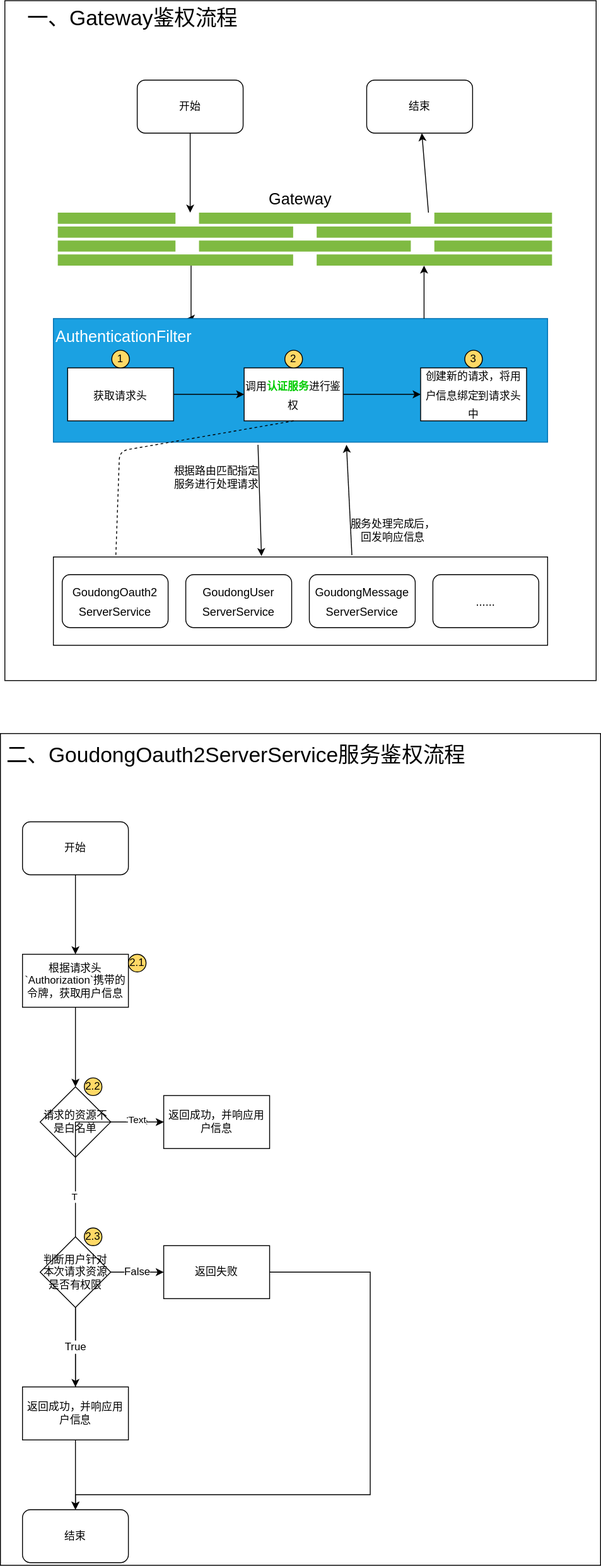
Earlier version of the draw.io export goudong-gateway-server/README.assets/网关统一鉴权，子服务获取用户.svg (GitHubFeiLong/goudong-java). Source tidied: cells renumbered, new cells last; positions are measured from the earlier drawing's top-left corner, leaving out a move shared by most shapes.
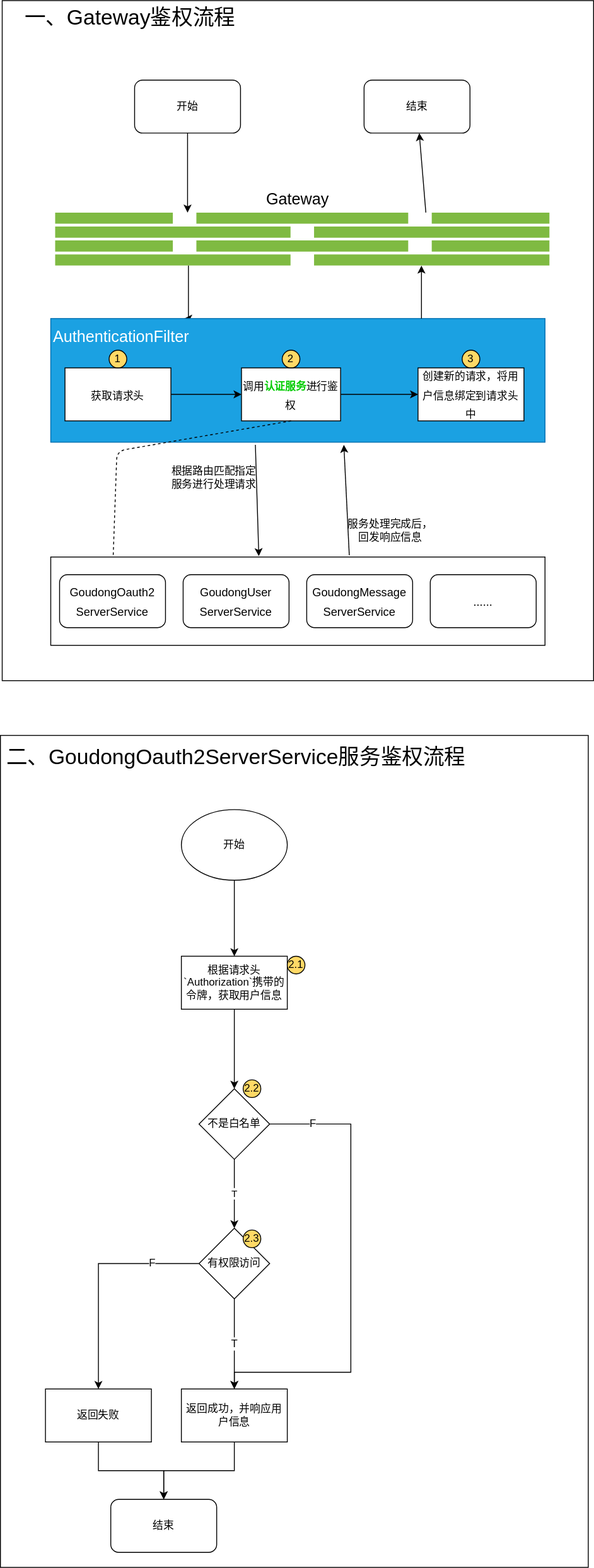
After the change.

What changed in the source:
```diff
@@ -3,7 +3,7 @@
     <mxCell id="0" />
     <mxCell id="1" parent="0" />
     <mxCell id="2" style="rounded=0;whiteSpace=wrap;html=1;fontSize=12;align=center;" parent="1" vertex="1">
-      <mxGeometry y="830" width="680" height="942" as="geometry" />
+      <mxGeometry x="3" y="832" width="666" height="942" as="geometry" />
     </mxCell>
     <mxCell id="3" style="rounded=0;whiteSpace=wrap;html=1;fontSize=12;align=center;" parent="1" vertex="1">
       <mxGeometry x="5" width="670" height="770" as="geometry" />
@@ -124,61 +124,55 @@
       <mxGeometry relative="1" as="geometry" />
     </mxCell>
     <mxCell id="36" value="根据请求头`Authorization`携带的令牌，获取用户信息" style="whiteSpace=wrap;html=1;fillColor=#FFFFFF;" parent="1" vertex="1">
-      <mxGeometry x="25" y="1080" width="120" height="60" as="geometry" />
+      <mxGeometry x="208" y="1082" width="120" height="60" as="geometry" />
     </mxCell>
-    <mxCell id="37" value="True" style="edgeStyle=orthogonalEdgeStyle;rounded=0;jettySize=auto;html=1;fontSize=12;" parent="1" edge="1" source="38" target="42">
-      <mxGeometry relative="1" as="geometry" />
+    <mxCell id="37" value="F" style="edgeStyle=orthogonalEdgeStyle;rounded=0;jettySize=auto;html=1;fontSize=12;entryX=0.5;entryY=0;entryDx=0;entryDy=0;" parent="1" edge="1" source="38" target="46">
+      <mxGeometry x="-0.81" relative="1" as="geometry">
+        <Array as="points">
+          <mxPoint x="400" y="1272" />
+          <mxPoint x="400" y="1553" />
+          <mxPoint x="268" y="1553" />
+        </Array>
+      </mxGeometry>
     </mxCell>
+    <mxCell id="40" value="T" style="edgeStyle=orthogonalEdgeStyle;rounded=0;jettySize=auto;html=1;" parent="1" edge="1" source="38" target="45">
+      <mxGeometry relative="1" as="geometry" />
+    </mxCell>
-    <mxCell id="38" value="请求的资源不是白名单" style="rhombus;whiteSpace=wrap;html=1;fillColor=#FFFFFF;" parent="1" vertex="1">
-      <mxGeometry x="45" y="1230" width="80" height="80" as="geometry" />
+    <mxCell id="38" value="不是白名单" style="rhombus;whiteSpace=wrap;html=1;fillColor=#FFFFFF;" parent="1" vertex="1">
+      <mxGeometry x="228" y="1232" width="80" height="80" as="geometry" />
     </mxCell>
-    <mxCell id="39" style="edgeStyle=orthogonalEdgeStyle;rounded=0;jettySize=auto;html=1;fontSize=12;entryX=0.5;entryY=0;entryDx=0;entryDy=0;" parent="1" edge="1" source="42" target="56">
-      <mxGeometry relative="1" as="geometry" />
-    </mxCell>
-    <mxCell id="40" value="T" style="edgeLabel;html=1;align=center;verticalAlign=middle;" parent="39" vertex="1">
-      <mxGeometry x="-0.32" y="-2" relative="1" as="geometry" />
-    </mxCell>
-    <mxCell id="41" value="Text" style="edgeLabel;html=1;align=center;verticalAlign=middle;" parent="39" vertex="1">
-      <mxGeometry x="-0.89" y="-3" relative="1" as="geometry" />
-    </mxCell>
-    <mxCell id="42" value="&lt;span&gt;返回成功，并响应用户信息&lt;/span&gt;" style="whiteSpace=wrap;html=1;fillColor=#FFFFFF;" parent="1" vertex="1">
-      <mxGeometry x="185" y="1240" width="120" height="60" as="geometry" />
-    </mxCell>
-    <mxCell id="43" value="True" style="edgeStyle=orthogonalEdgeStyle;rounded=0;jettySize=auto;html=1;fontSize=12;" parent="1" edge="1" source="45" target="46">
+    <mxCell id="43" value="T" style="edgeStyle=orthogonalEdgeStyle;rounded=0;jettySize=auto;html=1;fontSize=12;" parent="1" edge="1" source="45" target="46">
       <mxGeometry relative="1" as="geometry" />
     </mxCell>
-    <mxCell id="44" value="False" style="edgeStyle=orthogonalEdgeStyle;rounded=0;jettySize=auto;html=1;fontSize=12;" parent="1" edge="1" source="45" target="48">
-      <mxGeometry relative="1" as="geometry" />
+    <mxCell id="44" value="F" style="edgeStyle=orthogonalEdgeStyle;rounded=0;jettySize=auto;html=1;fontSize=12;" parent="1" edge="1" source="45" target="48">
+      <mxGeometry x="-0.59" relative="1" as="geometry" />
     </mxCell>
-    <mxCell id="45" value="判断用户针对本次请求资源是否有权限" style="rhombus;whiteSpace=wrap;html=1;fillColor=#FFFFFF;" parent="1" vertex="1">
-      <mxGeometry x="45" y="1400" width="80" height="80" as="geometry" />
+    <mxCell id="45" value="有权限访问" style="rhombus;whiteSpace=wrap;html=1;fillColor=#FFFFFF;" parent="1" vertex="1">
+      <mxGeometry x="228" y="1390" width="80" height="80" as="geometry" />
     </mxCell>
+    <mxCell id="57" style="edgeStyle=orthogonalEdgeStyle;rounded=0;jettySize=auto;html=1;entryX=0.5;entryY=0;entryDx=0;entryDy=0;" parent="1" edge="1" source="46" target="56">
+      <mxGeometry relative="1" as="geometry" />
+    </mxCell>
     <mxCell id="46" value="返回成功，并响应用户信息" style="whiteSpace=wrap;html=1;fillColor=#FFFFFF;" parent="1" vertex="1">
-      <mxGeometry x="25" y="1570" width="120" height="60" as="geometry" />
+      <mxGeometry x="208" y="1572" width="120" height="60" as="geometry" />
     </mxCell>
-    <mxCell id="47" style="edgeStyle=orthogonalEdgeStyle;rounded=0;jettySize=auto;html=1;entryX=0.5;entryY=0;entryDx=0;entryDy=0;fontSize=12;" parent="1" edge="1" source="48" target="56">
-      <mxGeometry relative="1" as="geometry">
-        <Array as="points">
-          <mxPoint x="419" y="1440" />
-          <mxPoint x="419" y="1692" />
-          <mxPoint x="85" y="1692" />
-        </Array>
-      </mxGeometry>
+    <mxCell id="47" style="edgeStyle=orthogonalEdgeStyle;rounded=0;jettySize=auto;html=1;entryX=0.5;entryY=0;entryDx=0;entryDy=0;" parent="1" edge="1" source="48" target="56">
+      <mxGeometry relative="1" as="geometry" />
     </mxCell>
     <mxCell id="48" value="返回失败" style="whiteSpace=wrap;html=1;fillColor=#FFFFFF;" parent="1" vertex="1">
-      <mxGeometry x="185" y="1410" width="120" height="60" as="geometry" />
+      <mxGeometry x="54" y="1572" width="120" height="60" as="geometry" />
     </mxCell>
     <mxCell id="49" value="&lt;font style=&quot;font-size: 24px&quot;&gt;&lt;span&gt;二、GoudongOauth2&lt;/span&gt;&lt;span&gt;ServerService&lt;/span&gt;服务鉴权流程&lt;/font&gt;" style="text;html=1;strokeColor=none;fillColor=none;align=left;verticalAlign=middle;whiteSpace=wrap;rounded=0;fontSize=12;" parent="1" vertex="1">
-      <mxGeometry x="5" y="840" width="550" height="30" as="geometry" />
+      <mxGeometry x="8" y="842" width="550" height="30" as="geometry" />
     </mxCell>
     <mxCell id="50" value="2.1" style="ellipse;whiteSpace=wrap;html=1;fontSize=12;align=center;fillColor=#FFD966;" parent="1" vertex="1">
-      <mxGeometry x="145" y="1080" width="20" height="20" as="geometry" />
+      <mxGeometry x="328" y="1082" width="20" height="20" as="geometry" />
     </mxCell>
     <mxCell id="51" value="2.2" style="ellipse;whiteSpace=wrap;html=1;fontSize=12;align=center;fillColor=#FFD966;" parent="1" vertex="1">
-      <mxGeometry x="95" y="1220" width="20" height="20" as="geometry" />
+      <mxGeometry x="278" y="1222" width="20" height="20" as="geometry" />
     </mxCell>
     <mxCell id="52" value="2.3" style="ellipse;whiteSpace=wrap;html=1;fontSize=12;align=center;fillColor=#FFD966;" parent="1" vertex="1">
-      <mxGeometry x="95" y="1390" width="20" height="20" as="geometry" />
+      <mxGeometry x="278" y="1392" width="20" height="20" as="geometry" />
     </mxCell>
     <mxCell id="53" value="&lt;span&gt;开始&lt;/span&gt;" style="rounded=1;whiteSpace=wrap;html=1;" parent="1" vertex="1">
       <mxGeometry x="155" y="90" width="120" height="60" as="geometry" />
@@ -186,11 +180,11 @@
     <mxCell id="54" value="&lt;span&gt;结束&lt;/span&gt;" style="rounded=1;whiteSpace=wrap;html=1;" parent="1" vertex="1">
       <mxGeometry x="415" y="90" width="120" height="60" as="geometry" />
     </mxCell>
+    <mxCell id="56" value="结束" style="rounded=1;whiteSpace=wrap;html=1;" parent="1" vertex="1">
+      <mxGeometry x="128" y="1697" width="120" height="60" as="geometry" />
+    </mxCell>
-    <mxCell id="55" value="开始" style="rounded=1;whiteSpace=wrap;html=1;" parent="1" vertex="1">
-      <mxGeometry x="25" y="930" width="120" height="60" as="geometry" />
+    <mxCell id="55" value="开始" style="ellipse;whiteSpace=wrap;html=1;" parent="1" vertex="1">
+      <mxGeometry x="208" y="916" width="120" height="80" as="geometry" />
     </mxCell>
-    <mxCell id="56" value="结束" style="rounded=1;whiteSpace=wrap;html=1;" parent="1" vertex="1">
-      <mxGeometry x="25" y="1709" width="120" height="60" as="geometry" />
-    </mxCell>
   </root>
 </mxGraphModel>
```
